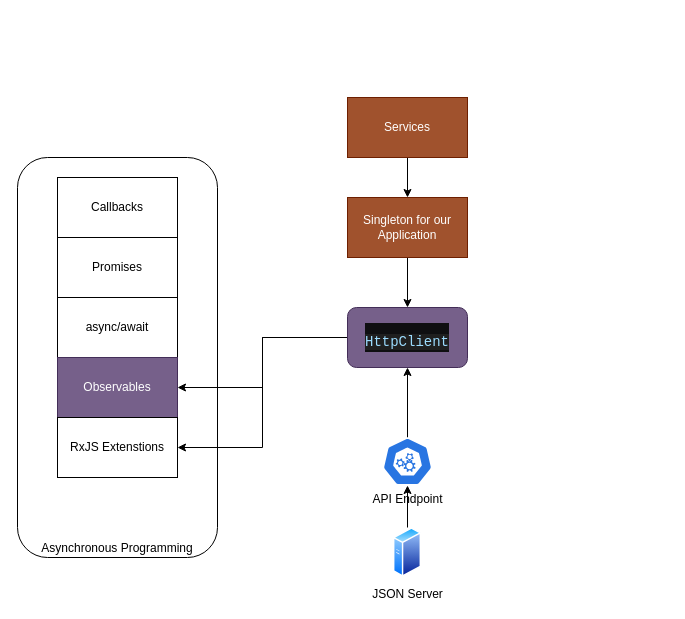
Before: page "Services" (9 of 10) of drawings/draw-angular-gs.drawio in QUAGLO30JUN2025GIT-HUB/QUAGLO30JUN2025GIT-REPO, a draw.io diagram. Source tidied: cells renumbered, new cells numbered last; positions are measured from the earlier drawing's top-left corner, leaving out a move shared by most shapes. Both pictures are drawn from the tidied source at 100%, with x=0, y=0 at pixel (17, 97).
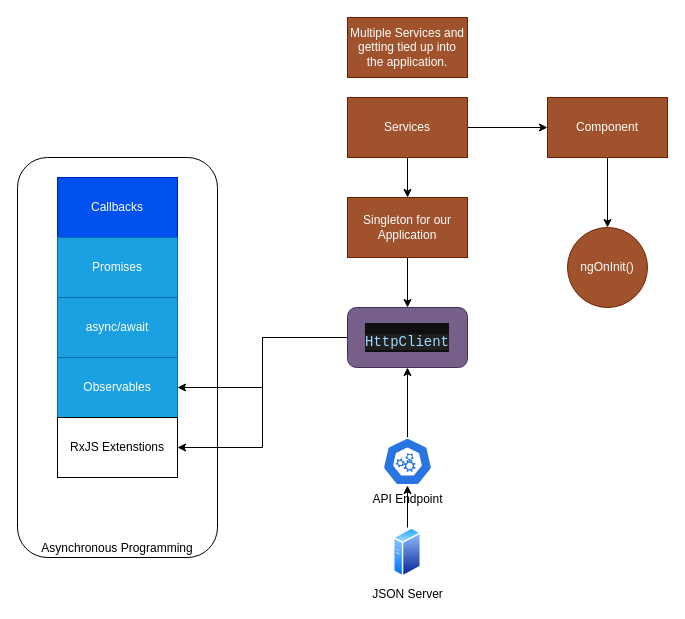
After the change.

Unchanged cells that the change refers to:
```xml
<mxCell id="4" value="Services" style="rounded=0;whiteSpace=wrap;html=1;fillColor=#a0522d;fontColor=#ffffff;strokeColor=#6D1F00;" parent="1" vertex="1">
  <mxGeometry x="330" width="120" height="60" as="geometry" />
</mxCell>
```

Change to the diagram source:
```diff
@@
+    <mxCell id="19" style="edgeStyle=orthogonalEdgeStyle;rounded=0;jettySize=auto;html=1;" parent="1" edge="1" source="4" target="21">
+      <mxGeometry relative="1" as="geometry" />
+    </mxCell>
@@
-    <mxCell id="12" value="Callbacks" style="rounded=0;whiteSpace=wrap;html=1;" parent="1" vertex="1">
+    <mxCell id="12" value="Callbacks" style="rounded=0;whiteSpace=wrap;html=1;fillColor=#0050ef;strokeColor=#001DBC;fontColor=#ffffff;" parent="1" vertex="1">
       <mxGeometry x="40" y="80" width="120" height="60" as="geometry" />
     </mxCell>
-    <mxCell id="13" value="Promises" style="rounded=0;whiteSpace=wrap;html=1;" parent="1" vertex="1">
+    <mxCell id="13" value="Promises" style="rounded=0;whiteSpace=wrap;html=1;fillColor=#1ba1e2;fontColor=#ffffff;strokeColor=#006EAF;" parent="1" vertex="1">
       <mxGeometry x="40" y="140" width="120" height="60" as="geometry" />
     </mxCell>
-    <mxCell id="14" value="async/await" style="rounded=0;whiteSpace=wrap;html=1;" parent="1" vertex="1">
+    <mxCell id="14" value="async/await" style="rounded=0;whiteSpace=wrap;html=1;fillColor=#1ba1e2;fontColor=#ffffff;strokeColor=#006EAF;" parent="1" vertex="1">
       <mxGeometry x="40" y="200" width="120" height="60" as="geometry" />
     </mxCell>
-    <mxCell id="15" value="Observables" style="rounded=0;whiteSpace=wrap;html=1;fillColor=#76608a;fontColor=#ffffff;strokeColor=#432D57;" parent="1" vertex="1">
+    <mxCell id="15" value="Observables" style="rounded=0;whiteSpace=wrap;html=1;fillColor=#1ba1e2;fontColor=#ffffff;strokeColor=#006EAF;" parent="1" vertex="1">
       <mxGeometry x="40" y="260" width="120" height="60" as="geometry" />
     </mxCell>
@@
+    <mxCell id="20" style="edgeStyle=orthogonalEdgeStyle;rounded=0;jettySize=auto;html=1;" parent="1" edge="1" source="21" target="22">
+      <mxGeometry relative="1" as="geometry" />
+    </mxCell>
+    <mxCell id="21" value="Component" style="rounded=0;whiteSpace=wrap;html=1;fillColor=#a0522d;fontColor=#ffffff;strokeColor=#6D1F00;" parent="1" vertex="1">
+      <mxGeometry x="530" width="120" height="60" as="geometry" />
+    </mxCell>
+    <mxCell id="22" value="ngOnInit()" style="ellipse;whiteSpace=wrap;html=1;fillColor=#a0522d;strokeColor=#6D1F00;fontColor=#ffffff;rounded=0;" parent="1" vertex="1">
+      <mxGeometry x="550" y="130" width="80" height="80" as="geometry" />
+    </mxCell>
+    <mxCell id="23" value="Multiple Services and getting tied up into the application." style="rounded=0;whiteSpace=wrap;html=1;fillColor=#a0522d;fontColor=#ffffff;strokeColor=#6D1F00;" parent="1" vertex="1">
+      <mxGeometry x="330" y="-80" width="120" height="60" as="geometry" />
+    </mxCell>
```
